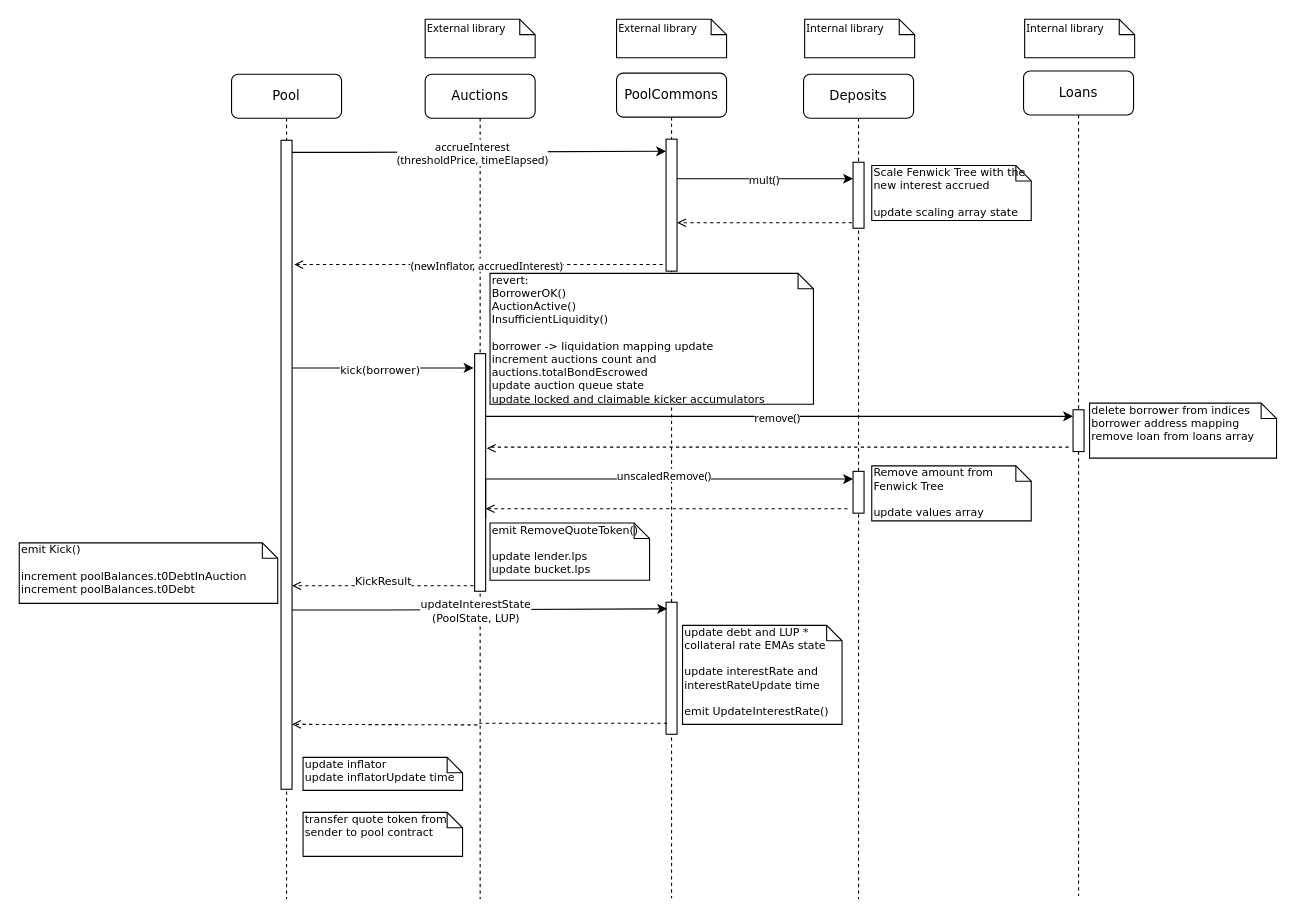
Above: docs/drawio/kickWithDeposit.drawio in ajna-finance/ajna-core (draw.io), before the change. Source tidied: cells renumbered, new cells numbered last; positions are measured from the earlier drawing's top-left corner, leaving out a move shared by most shapes. Both pictures are drawn from the tidied source at 110%, with x=0, y=0 at pixel (19, 19).
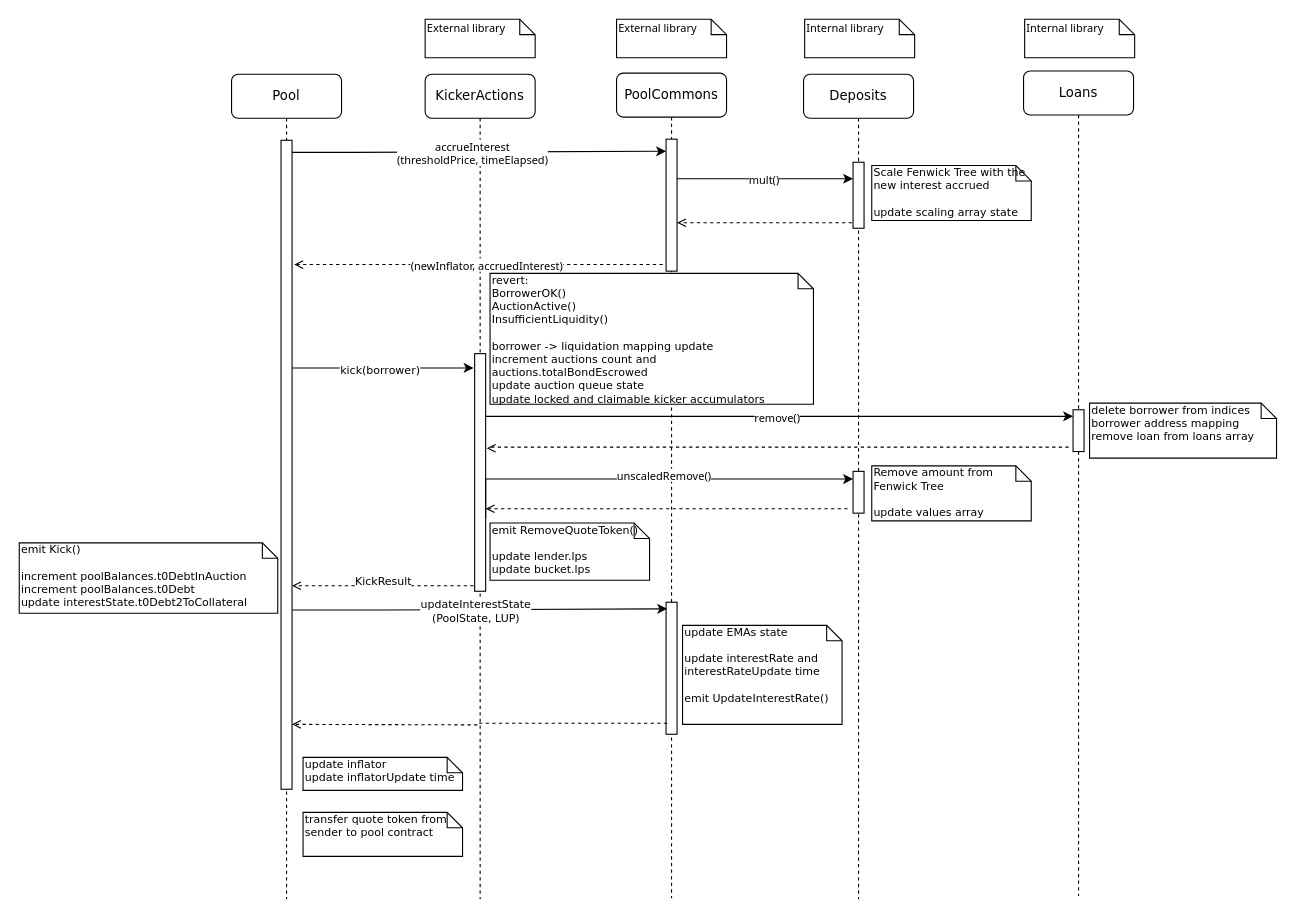
After the change.

Diff of the diagram source:
```diff
@@
-    <mxCell id="2" value="Auctions" style="shape=umlLifeline;perimeter=lifelinePerimeter;whiteSpace=wrap;html=1;rounded=1;shadow=0;comic=0;labelBackgroundColor=none;strokeWidth=1;fontFamily=Verdana;fontSize=12;align=center;" parent="1" vertex="1">
+    <mxCell id="2" value="KickerActions" style="shape=umlLifeline;perimeter=lifelinePerimeter;whiteSpace=wrap;html=1;rounded=1;shadow=0;comic=0;labelBackgroundColor=none;strokeWidth=1;fontFamily=Verdana;fontSize=12;align=center;" parent="1" vertex="1">
       <mxGeometry x="369" y="50" width="100" height="750" as="geometry" />
     </mxCell>
@@
-    <mxCell id="25" value="&lt;div&gt;emit Kick()&lt;/div&gt;&lt;div&gt;&lt;br&gt;&lt;/div&gt;&lt;div&gt;increment poolBalances.t0DebtInAuction &lt;br&gt;&lt;/div&gt;&lt;div&gt;increment poolBalances.t0Debt&lt;br&gt;&lt;/div&gt;" style="shape=note;whiteSpace=wrap;html=1;size=14;verticalAlign=top;align=left;spacingTop=-6;rounded=0;shadow=0;comic=0;labelBackgroundColor=none;strokeWidth=1;fontFamily=Verdana;fontSize=10;" parent="1" vertex="1">
-      <mxGeometry y="476" width="235" height="55" as="geometry" />
+    <mxCell id="25" value="&lt;div&gt;emit Kick()&lt;/div&gt;&lt;div&gt;&lt;br&gt;&lt;/div&gt;&lt;div&gt;increment poolBalances.t0DebtInAuction &lt;br&gt;&lt;/div&gt;&lt;div&gt;increment poolBalances.t0Debt&lt;/div&gt;&lt;div&gt;update interestState.t0Debt2ToCollateral&lt;/div&gt;" style="shape=note;whiteSpace=wrap;html=1;size=14;verticalAlign=top;align=left;spacingTop=-6;rounded=0;shadow=0;comic=0;labelBackgroundColor=none;strokeWidth=1;fontFamily=Verdana;fontSize=10;" parent="1" vertex="1">
+      <mxGeometry y="476" width="235" height="64" as="geometry" />
     </mxCell>
@@
-    <mxCell id="30" value="&lt;div&gt;update debt and LUP * collateral rate EMAs state&lt;/div&gt;&lt;div&gt;&lt;br&gt;&lt;/div&gt;&lt;div&gt;update interestRate and interestRateUpdate time&lt;br&gt;&lt;/div&gt;&lt;div&gt;&lt;br&gt;&lt;/div&gt;&lt;div&gt;emit UpdateInterestRate()&lt;br&gt;&lt;/div&gt;" style="shape=note;whiteSpace=wrap;html=1;size=14;verticalAlign=top;align=left;spacingTop=-6;rounded=0;shadow=0;comic=0;labelBackgroundColor=none;strokeWidth=1;fontFamily=Verdana;fontSize=10;" parent="1" vertex="1">
+    <mxCell id="30" value="&lt;div&gt;update EMAs state&lt;/div&gt;&lt;div&gt;&lt;br&gt;&lt;/div&gt;&lt;div&gt;update interestRate and interestRateUpdate time&lt;br&gt;&lt;/div&gt;&lt;div&gt;&lt;br&gt;&lt;/div&gt;&lt;div&gt;emit UpdateInterestRate()&lt;br&gt;&lt;/div&gt;" style="shape=note;whiteSpace=wrap;html=1;size=14;verticalAlign=top;align=left;spacingTop=-6;rounded=0;shadow=0;comic=0;labelBackgroundColor=none;strokeWidth=1;fontFamily=Verdana;fontSize=10;" parent="1" vertex="1">
       <mxGeometry x="603" y="551" width="145" height="90" as="geometry" />
     </mxCell>
```
